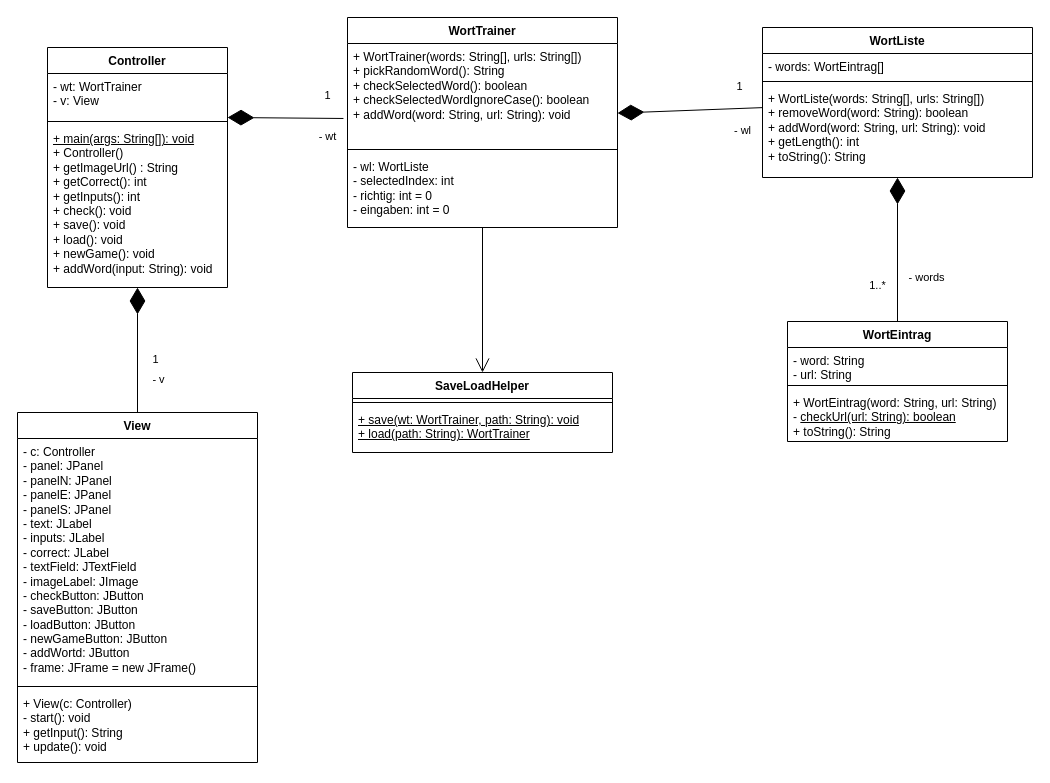
This is doc/worttrainer.drawio from TGM-HIT/sew9-2425-worttrainer-czlabinger, a draw.io file, before an edit. Source tidied: cells renumbered, new cells numbered last; positions are measured from the earlier drawing's top-left corner, leaving out a move shared by most shapes. Both pictures are drawn from the tidied source at 100%, with x=0, y=0 at pixel (17, 17).
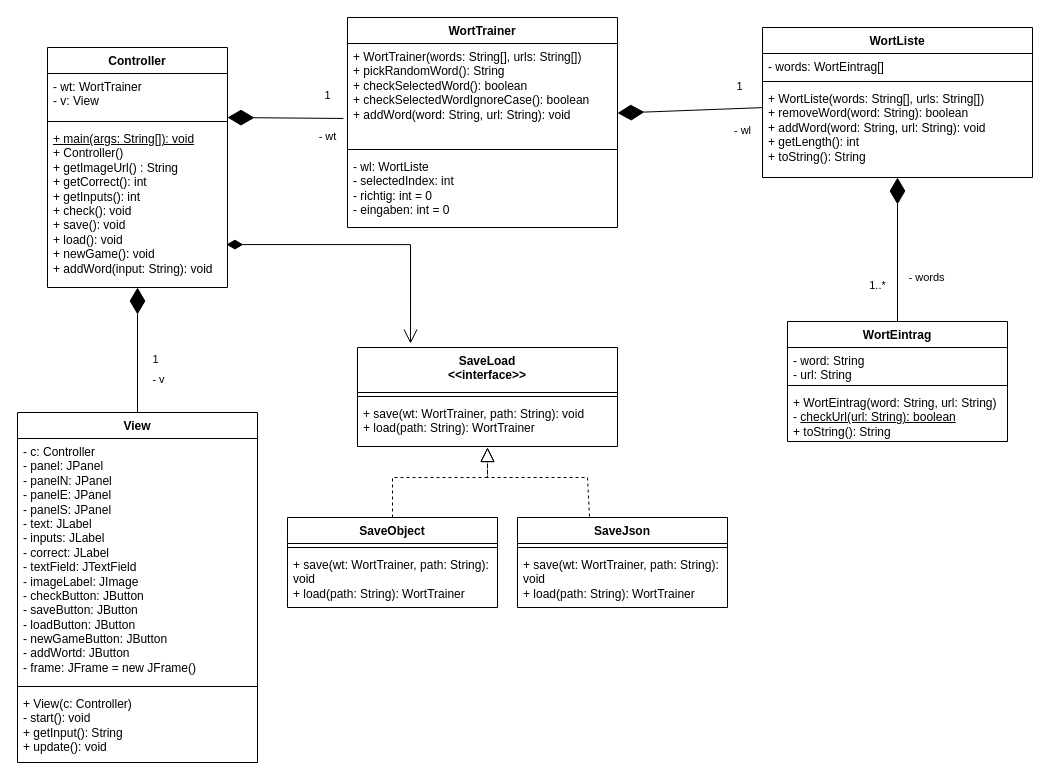
The same diagram, later.

The change refers to these unchanged cells:
```xml
<mxCell id="5" value="&lt;div&gt;- wl: WortListe&lt;/div&gt;&lt;div&gt;- selectedIndex: int&lt;/div&gt;&lt;div&gt;- richtig: int = 0&lt;/div&gt;&lt;div&gt;- eingaben: int = 0&lt;/div&gt;" style="text;strokeColor=none;fillColor=none;align=left;verticalAlign=top;spacingLeft=4;spacingRight=4;overflow=hidden;points=[[0,0.5],[1,0.5]];portConstraint=eastwest;whiteSpace=wrap;html=1;" parent="2" vertex="1">
  <mxGeometry y="136" width="270" height="74" as="geometry" />
</mxCell>
<mxCell id="23" value="&lt;div&gt;&lt;u&gt;+ main(args: String[]): void&lt;/u&gt;&lt;/div&gt;+ Controller()&lt;div&gt;+ getImageUrl() : String&lt;/div&gt;&lt;div&gt;+ getCorrect(): int&lt;/div&gt;&lt;div&gt;+ getInputs(): int&lt;/div&gt;&lt;div&gt;+ check(): void&lt;/div&gt;&lt;div&gt;+ save(): void&lt;/div&gt;&lt;div&gt;+ load(): void&lt;/div&gt;&lt;div&gt;+ newGame(): void&lt;/div&gt;&lt;div&gt;+ addWord(input: String): void&lt;/div&gt;" style="text;strokeColor=none;fillColor=none;align=left;verticalAlign=top;spacingLeft=4;spacingRight=4;overflow=hidden;points=[[0,0.5],[1,0.5]];portConstraint=eastwest;whiteSpace=wrap;html=1;" parent="20" vertex="1">
  <mxGeometry y="78" width="180" height="162" as="geometry" />
</mxCell>
```

What changed in the source:
```diff
@@
-    <mxCell id="34" value="SaveLoadHelper" style="swimlane;fontStyle=1;align=center;verticalAlign=top;horizontal=1;startSize=26;whiteSpace=wrap;html=1;" parent="1" vertex="1">
-      <mxGeometry x="335" y="355" width="260" height="80" as="geometry" />
+    <mxCell id="34" value="&lt;div&gt;SaveLoad&lt;/div&gt;&lt;div&gt;&amp;lt;&amp;lt;interface&amp;gt;&amp;gt;&lt;/div&gt;" style="swimlane;fontStyle=1;align=center;verticalAlign=top;horizontal=1;startSize=45;whiteSpace=wrap;html=1;" parent="1" vertex="1">
+      <mxGeometry x="340" y="330" width="260" height="99" as="geometry" />
     </mxCell>
     <mxCell id="35" style="line;strokeWidth=1;fillColor=none;align=left;verticalAlign=middle;spacingTop=-1;spacingLeft=3;spacingRight=3;labelPosition=right;strokeColor=inherit;" parent="34" vertex="1">
-      <mxGeometry y="26" width="260" height="8" as="geometry" />
+      <mxGeometry y="45" width="260" height="8" as="geometry" />
     </mxCell>
-    <mxCell id="36" value="&lt;u&gt;+ save(wt: WortTrainer, path: String): void&lt;/u&gt;&lt;div&gt;&lt;u&gt;+ load(path: String): WortTrainer&lt;/u&gt;&lt;/div&gt;" style="text;strokeColor=none;fillColor=none;align=left;verticalAlign=top;spacingLeft=4;spacingRight=4;overflow=hidden;whiteSpace=wrap;html=1;" parent="34" vertex="1">
-      <mxGeometry y="34" width="260" height="46" as="geometry" />
+    <mxCell id="36" value="+ save(wt: WortTrainer, path: String): void&lt;div&gt;+ load(path: String): WortTrainer&lt;/div&gt;" style="text;strokeColor=none;fillColor=none;align=left;verticalAlign=top;spacingLeft=4;spacingRight=4;overflow=hidden;whiteSpace=wrap;html=1;" parent="34" vertex="1">
+      <mxGeometry y="53" width="260" height="46" as="geometry" />
     </mxCell>
-    <mxCell id="37" style="endArrow=open;endFill=1;endSize=12;html=1;rounded=0;entryX=0.5;entryY=0;entryDx=0;entryDy=0;" parent="1" edge="1" source="5" target="34">
-      <mxGeometry relative="1" as="geometry" />
-    </mxCell>
+    <mxCell id="38" value="&lt;div&gt;&lt;br&gt;&lt;/div&gt;&lt;div&gt;&lt;br&gt;&lt;/div&gt;" style="endArrow=open;html=1;endSize=12;startArrow=diamondThin;startSize=14;startFill=1;edgeStyle=orthogonalEdgeStyle;align=left;verticalAlign=bottom;rounded=0;exitX=0.994;exitY=0.735;exitDx=0;exitDy=0;exitPerimeter=0;entryX=0.204;entryY=-0.04;entryDx=0;entryDy=0;entryPerimeter=0;" parent="1" edge="1" source="23" target="34">
+      <mxGeometry x="-0.78" y="17" relative="1" as="geometry" />
+    </mxCell>
+    <mxCell id="39" value="SaveObject" style="swimlane;fontStyle=1;align=center;verticalAlign=top;horizontal=1;startSize=26;whiteSpace=wrap;html=1;" parent="1" vertex="1">
+      <mxGeometry x="270" y="500" width="210" height="90" as="geometry" />
+    </mxCell>
+    <mxCell id="40" style="line;strokeWidth=1;fillColor=none;align=left;verticalAlign=middle;spacingTop=-1;spacingLeft=3;spacingRight=3;labelPosition=right;strokeColor=inherit;" parent="39" vertex="1">
+      <mxGeometry y="26" width="210" height="8" as="geometry" />
+    </mxCell>
+    <mxCell id="41" value="+ save(wt: WortTrainer, path: String): void&lt;div&gt;+ load(path: String): WortTrainer&lt;/div&gt;" style="text;strokeColor=none;fillColor=none;align=left;verticalAlign=top;spacingLeft=4;spacingRight=4;overflow=hidden;whiteSpace=wrap;html=1;" parent="39" vertex="1">
+      <mxGeometry y="34" width="210" height="56" as="geometry" />
+    </mxCell>
+    <mxCell id="42" value="SaveJson" style="swimlane;fontStyle=1;align=center;verticalAlign=top;horizontal=1;startSize=26;whiteSpace=wrap;html=1;" parent="1" vertex="1">
+      <mxGeometry x="500" y="500" width="210" height="90" as="geometry" />
+    </mxCell>
+    <mxCell id="43" style="line;strokeWidth=1;fillColor=none;align=left;verticalAlign=middle;spacingTop=-1;spacingLeft=3;spacingRight=3;labelPosition=right;strokeColor=inherit;" parent="42" vertex="1">
+      <mxGeometry y="26" width="210" height="8" as="geometry" />
+    </mxCell>
+    <mxCell id="44" value="+ save(wt: WortTrainer, path: String): void&lt;div&gt;+ load(path: String): WortTrainer&lt;/div&gt;" style="text;strokeColor=none;fillColor=none;align=left;verticalAlign=top;spacingLeft=4;spacingRight=4;overflow=hidden;whiteSpace=wrap;html=1;" parent="42" vertex="1">
+      <mxGeometry y="34" width="210" height="56" as="geometry" />
+    </mxCell>
+    <mxCell id="45" style="endArrow=block;dashed=1;endFill=0;endSize=12;html=1;rounded=0;exitX=0.343;exitY=-0.011;exitDx=0;exitDy=0;exitPerimeter=0;" parent="1" edge="1" source="42">
+      <mxGeometry relative="1" as="geometry">
+        <mxPoint x="470" y="430" as="targetPoint" />
+        <Array as="points">
+          <mxPoint x="570" y="460" />
+          <mxPoint x="470" y="460" />
+        </Array>
+      </mxGeometry>
+    </mxCell>
+    <mxCell id="46" style="endArrow=block;dashed=1;endFill=0;endSize=12;html=1;rounded=0;exitX=0.5;exitY=0;exitDx=0;exitDy=0;" parent="1" edge="1" source="39">
+      <mxGeometry relative="1" as="geometry">
+        <mxPoint x="470" y="430" as="targetPoint" />
+        <Array as="points">
+          <mxPoint x="375" y="460" />
+          <mxPoint x="470" y="460" />
+        </Array>
+      </mxGeometry>
+    </mxCell>
```
